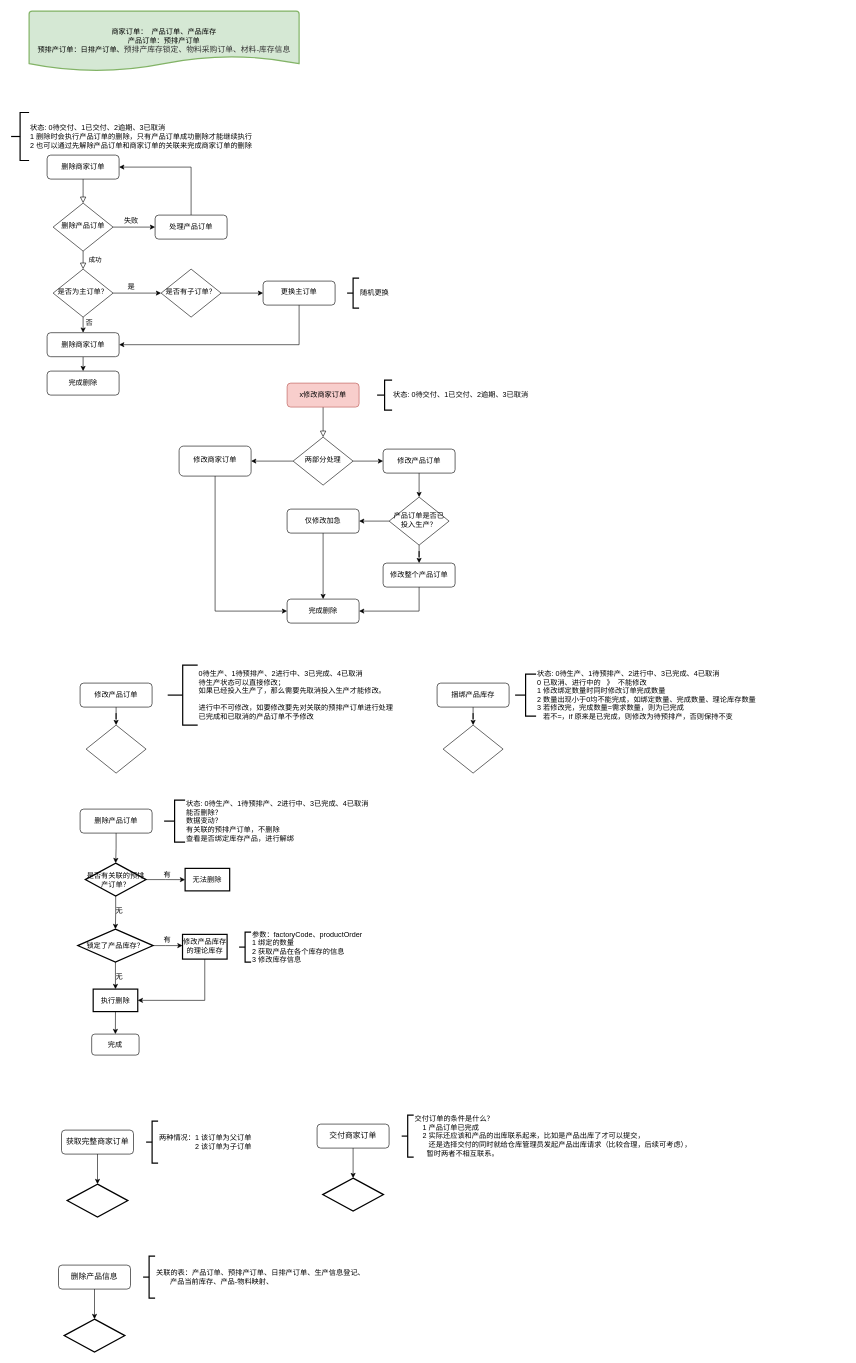
Earlier version of the draw.io diagram img/流程图.drawio (OldQi/first_rpo). Source tidied: cells renumbered, new cells numbered last; positions are measured from the earlier drawing's top-left corner, leaving out a move shared by most shapes. Both pictures are drawn from the tidied source at 60%, with x=0, y=0 at pixel (11, 11).
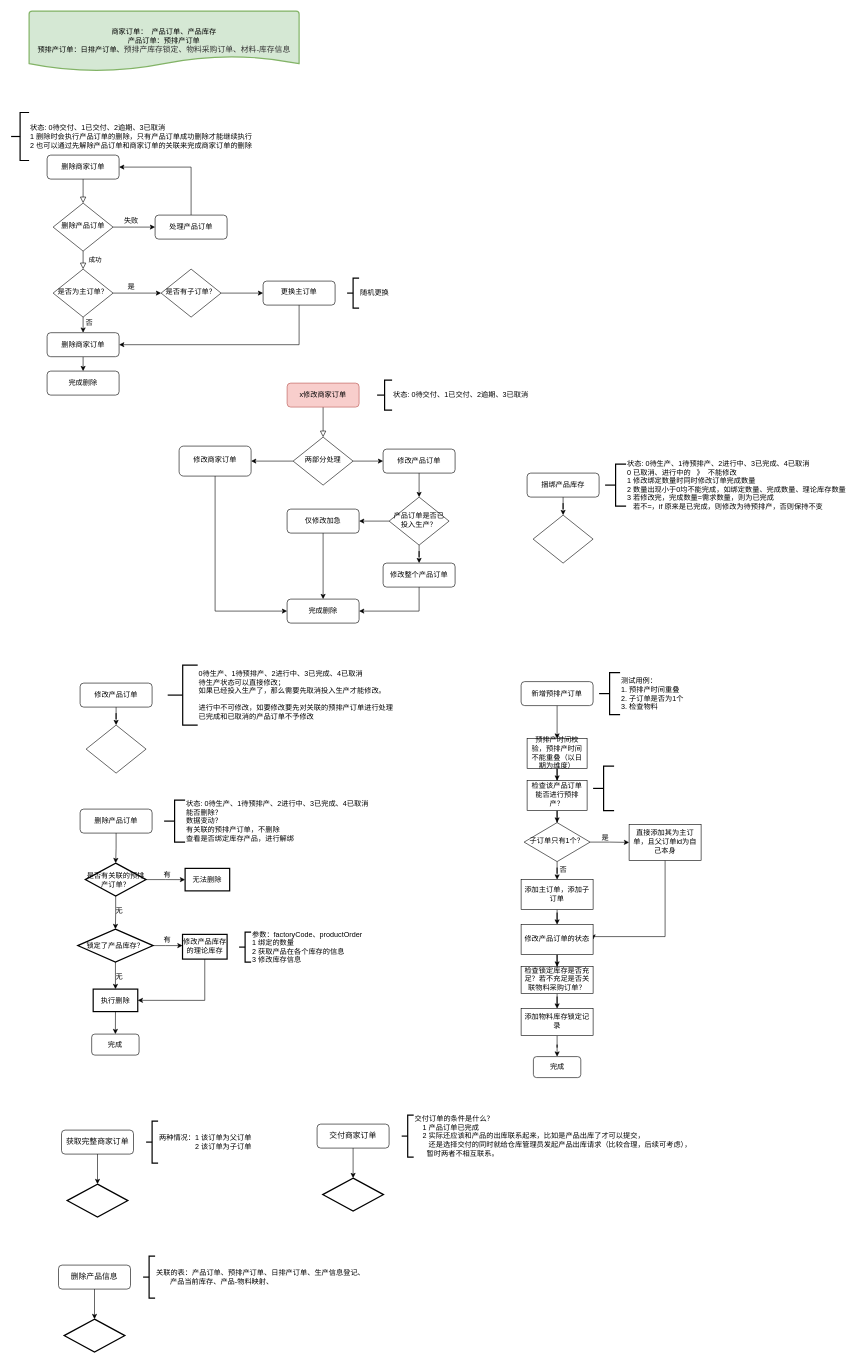
The same diagram, later.

Commit message:
更新流程图.drawio

What changed in the source:
```diff
@@
     <mxCell id="80" value="捆绑产品库存" style="rounded=1;whiteSpace=wrap;html=1;fontSize=12;glass=0;strokeWidth=1;shadow=0;" parent="1" vertex="1">
-      <mxGeometry x="710" y="1120" width="120" height="40" as="geometry" />
+      <mxGeometry x="860" y="770" width="120" height="40" as="geometry" />
     </mxCell>
     <mxCell id="81" style="rhombus;whiteSpace=wrap;html=1;shadow=0;fontFamily=Helvetica;fontSize=12;align=center;strokeWidth=1;spacing=6;spacingTop=-4;" parent="1" vertex="1">
-      <mxGeometry x="720" y="1190" width="100" height="80" as="geometry" />
+      <mxGeometry x="870" y="840" width="100" height="80" as="geometry" />
     </mxCell>
     <mxCell id="82" value="状态: 0待生产、1待预排产、2进行中、3已完成、4已取消&lt;br&gt;0 已取消、进行中的&amp;nbsp; &amp;nbsp;》&amp;nbsp; 不能修改&lt;br&gt;1 修改绑定数量时同时修改订单完成数量&lt;br&gt;2 数量出现小于0均不能完成，如绑定数量、完成数量、理论库存数量&lt;br&gt;3 若修改完，完成数量=需求数量，则为已完成&lt;br&gt;&amp;nbsp; &amp;nbsp;若不=，if 原来是已完成，则修改为待预排产，否则保持不变" style="strokeWidth=2;html=1;shape=mxgraph.flowchart.annotation_2;align=left;labelPosition=right;" parent="1" vertex="1">
-      <mxGeometry x="840" y="1105" width="35" height="70" as="geometry" />
+      <mxGeometry x="990" y="755" width="35" height="70" as="geometry" />
     </mxCell>
+    <mxCell id="83" style="edgeStyle=orthogonalEdgeStyle;rounded=0;jettySize=auto;html=1;entryX=0.5;entryY=0;entryDx=0;entryDy=0;" parent="1" edge="1" source="84" target="93">
+      <mxGeometry relative="1" as="geometry" />
+    </mxCell>
+    <mxCell id="84" value="新增预排产订单" style="rounded=1;whiteSpace=wrap;html=1;fontSize=12;glass=0;strokeWidth=1;shadow=0;" parent="1" vertex="1">
+      <mxGeometry x="850" y="1117.5" width="120" height="40" as="geometry" />
+    </mxCell>
+    <mxCell id="85" style="edgeStyle=orthogonalEdgeStyle;rounded=0;jettySize=auto;html=1;" parent="1" edge="1" source="87" target="90">
+      <mxGeometry relative="1" as="geometry" />
+    </mxCell>
+    <mxCell id="86" style="edgeStyle=orthogonalEdgeStyle;rounded=0;jettySize=auto;html=1;" parent="1" edge="1" source="87" target="95">
+      <mxGeometry relative="1" as="geometry" />
+    </mxCell>
+    <mxCell id="87" value="子订单只有1个？" style="rhombus;whiteSpace=wrap;html=1;shadow=0;fontFamily=Helvetica;fontSize=12;align=center;strokeWidth=1;spacing=6;spacingTop=-4;" parent="1" vertex="1">
+      <mxGeometry x="855" y="1352.5" width="110" height="65" as="geometry" />
+    </mxCell>
+    <mxCell id="88" value="测试用例：&lt;br&gt;1. 预排产时间重叠&lt;br&gt;2. 子订单是否为1个&lt;br&gt;3. 检查物料" style="strokeWidth=2;html=1;shape=mxgraph.flowchart.annotation_2;align=left;labelPosition=right;" parent="1" vertex="1">
+      <mxGeometry x="980" y="1102.5" width="35" height="70" as="geometry" />
+    </mxCell>
+    <mxCell id="89" style="edgeStyle=orthogonalEdgeStyle;rounded=0;jettySize=auto;html=1;entryX=1;entryY=0.5;entryDx=0;entryDy=0;" parent="1" edge="1" source="90" target="106">
+      <mxGeometry relative="1" as="geometry">
+        <Array as="points">
+          <mxPoint x="1090" y="1542.5" />
+          <mxPoint x="970" y="1542.5" />
+        </Array>
+      </mxGeometry>
+    </mxCell>
+    <mxCell id="90" value="直接添加其为主订单，且父订单id为自己本身" style="whiteSpace=wrap;html=1;shadow=0;strokeWidth=1;spacing=6;spacingTop=-4;" parent="1" vertex="1">
+      <mxGeometry x="1030" y="1355.5" width="120" height="60" as="geometry" />
+    </mxCell>
+    <mxCell id="91" value="是" style="text;html=1;align=center;verticalAlign=middle;strokeColor=none;fillColor=none;" parent="1" vertex="1">
+      <mxGeometry x="975" y="1367.5" width="30" height="20" as="geometry" />
+    </mxCell>
+    <mxCell id="92" style="edgeStyle=orthogonalEdgeStyle;rounded=0;jettySize=auto;html=1;" parent="1" edge="1" source="93" target="103">
+      <mxGeometry relative="1" as="geometry" />
+    </mxCell>
+    <mxCell id="93" value="&lt;span&gt;预排产时间校验，预排产时间不能重叠（以日期为维度）&lt;/span&gt;" style="whiteSpace=wrap;html=1;shadow=0;strokeWidth=1;spacing=6;spacingTop=-4;" parent="1" vertex="1">
+      <mxGeometry x="860" y="1212.5" width="100" height="50" as="geometry" />
+    </mxCell>
+    <mxCell id="94" style="edgeStyle=orthogonalEdgeStyle;rounded=0;jettySize=auto;html=1;entryX=0.5;entryY=0;entryDx=0;entryDy=0;" parent="1" edge="1" source="95" target="106">
+      <mxGeometry relative="1" as="geometry" />
+    </mxCell>
+    <mxCell id="95" value="添加主订单，添加子订单" style="whiteSpace=wrap;html=1;shadow=0;strokeWidth=1;spacing=6;spacingTop=-4;" parent="1" vertex="1">
+      <mxGeometry x="850" y="1447.5" width="120" height="50" as="geometry" />
+    </mxCell>
+    <mxCell id="96" value="否" style="text;html=1;align=center;verticalAlign=middle;strokeColor=none;fillColor=none;" parent="1" vertex="1">
+      <mxGeometry x="905" y="1421.5" width="30" height="20" as="geometry" />
+    </mxCell>
+    <mxCell id="97" style="edgeStyle=orthogonalEdgeStyle;rounded=0;jettySize=auto;html=1;entryX=0.5;entryY=0;entryDx=0;entryDy=0;" parent="1" edge="1" source="98" target="99">
+      <mxGeometry relative="1" as="geometry" />
+    </mxCell>
+    <mxCell id="98" value="添加物料库存锁定记录" style="whiteSpace=wrap;html=1;shadow=0;strokeWidth=1;spacing=6;spacingTop=-4;" parent="1" vertex="1">
+      <mxGeometry x="850" y="1662.5" width="120" height="45" as="geometry" />
+    </mxCell>
+    <mxCell id="99" value="完成" style="rounded=1;whiteSpace=wrap;html=1;fontSize=12;glass=0;strokeWidth=1;shadow=0;" parent="1" vertex="1">
+      <mxGeometry x="870.5" y="1742.5" width="79" height="35" as="geometry" />
+    </mxCell>
+    <mxCell id="100" style="edgeStyle=orthogonalEdgeStyle;rounded=0;jettySize=auto;html=1;entryX=0.5;entryY=0;entryDx=0;entryDy=0;" parent="1" edge="1" source="101" target="98">
+      <mxGeometry relative="1" as="geometry" />
+    </mxCell>
+    <mxCell id="101" value="检查锁定库存是否充足？若不充足是否关联物料采购订单？" style="whiteSpace=wrap;html=1;shadow=0;strokeWidth=1;spacing=6;spacingTop=-4;" parent="1" vertex="1">
+      <mxGeometry x="850" y="1592.5" width="120" height="45" as="geometry" />
+    </mxCell>
+    <mxCell id="102" style="edgeStyle=orthogonalEdgeStyle;rounded=0;jettySize=auto;html=1;entryX=0.5;entryY=0;entryDx=0;entryDy=0;" parent="1" edge="1" source="103" target="87">
+      <mxGeometry relative="1" as="geometry" />
+    </mxCell>
+    <mxCell id="103" value="&lt;span&gt;检查该产品订单能否进行预排产？&lt;/span&gt;" style="whiteSpace=wrap;html=1;shadow=0;strokeWidth=1;spacing=6;spacingTop=-4;" parent="1" vertex="1">
+      <mxGeometry x="860" y="1282.5" width="100" height="50" as="geometry" />
+    </mxCell>
+    <mxCell id="104" style="strokeWidth=2;html=1;shape=mxgraph.flowchart.annotation_2;align=left;labelPosition=right;" parent="1" vertex="1">
+      <mxGeometry x="970" y="1258.5" width="35" height="74" as="geometry" />
+    </mxCell>
+    <mxCell id="105" style="edgeStyle=orthogonalEdgeStyle;rounded=0;jettySize=auto;html=1;entryX=0.5;entryY=0;entryDx=0;entryDy=0;" parent="1" edge="1" source="106" target="101">
+      <mxGeometry relative="1" as="geometry" />
+    </mxCell>
+    <mxCell id="106" value="修改产品订单的状态" style="whiteSpace=wrap;html=1;shadow=0;strokeWidth=1;spacing=6;spacingTop=-4;" parent="1" vertex="1">
+      <mxGeometry x="850" y="1522.5" width="120" height="50" as="geometry" />
+    </mxCell>
```
